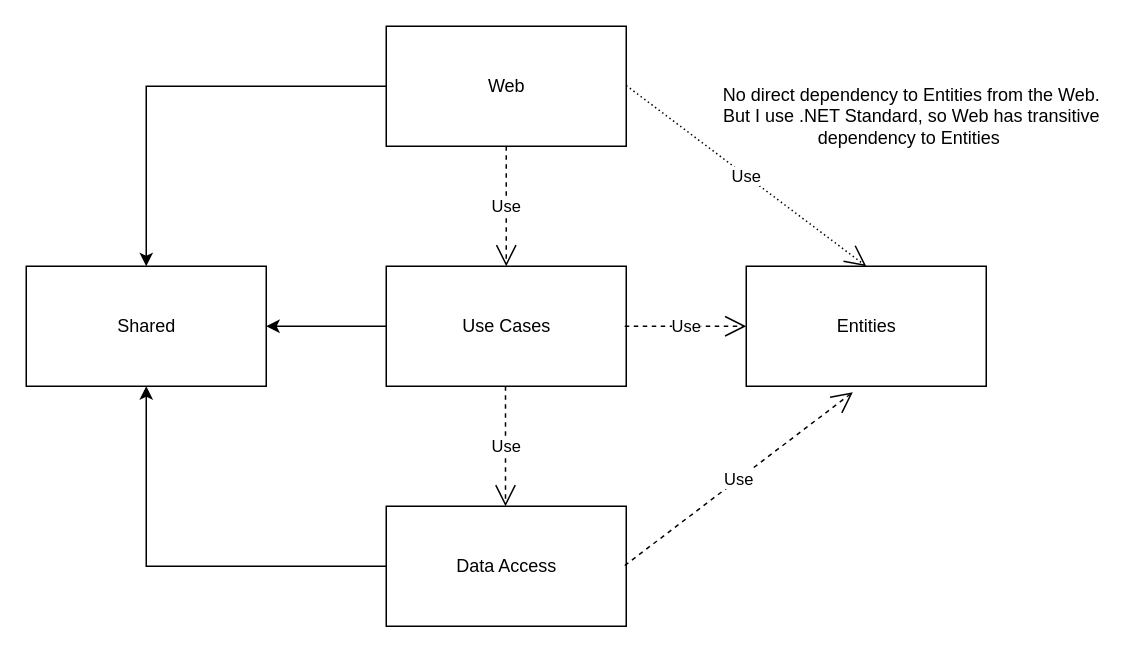
This is 2. dotnext2020-clean-architecture-layered-with-shared.drawio from andrewtsw/dotnext2020-clean-architecture, a draw.io file, before an edit. Source tidied: cells renumbered, new cells numbered last; positions are measured from the earlier drawing's top-left corner, leaving out a move shared by most shapes. Both pictures are drawn from the tidied source at 150%, with x=0, y=0 at pixel (26, 26).
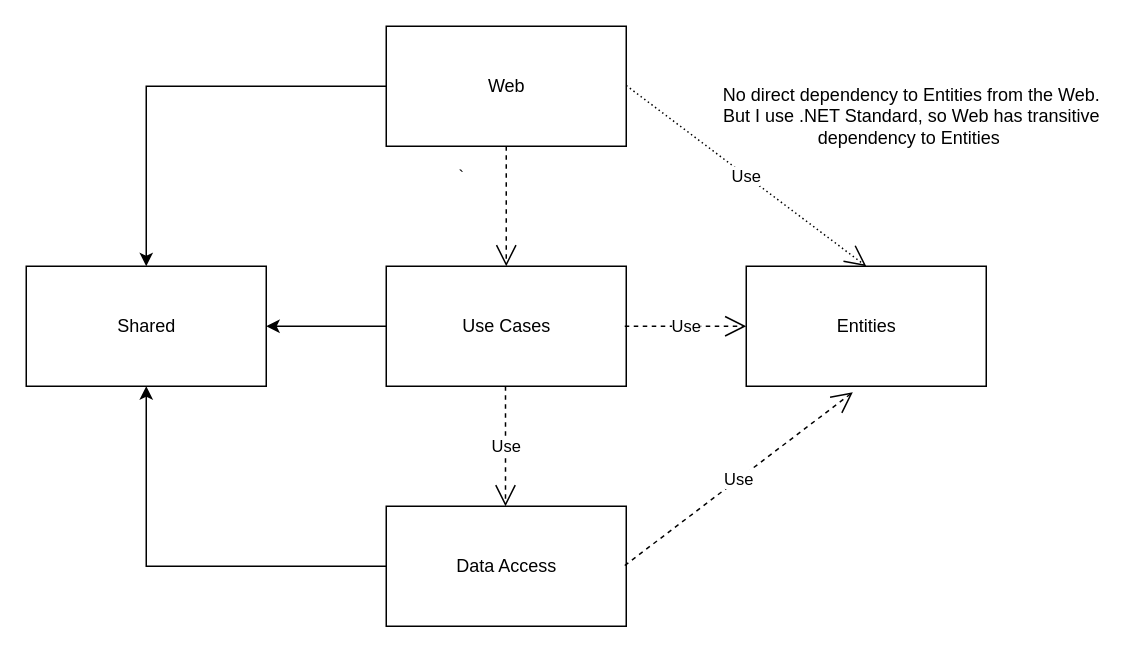
The same page after the edit.

Change to the diagram source:
```diff
@@
 <mxGraphModel>
   <root>
     <mxCell id="0" />
     <mxCell id="1" parent="0" />
     <mxCell id="2" style="edgeStyle=orthogonalEdgeStyle;rounded=0;jettySize=auto;html=1;exitX=0;exitY=0.5;exitDx=0;exitDy=0;entryX=0.5;entryY=0;entryDx=0;entryDy=0;" parent="1" edge="1" source="3" target="15">
       <mxGeometry relative="1" as="geometry" />
     </mxCell>
     <mxCell id="3" value="Web" style="html=1;" parent="1" vertex="1">
       <mxGeometry x="240" width="160" height="80" as="geometry" />
     </mxCell>
     <mxCell id="4" style="edgeStyle=orthogonalEdgeStyle;rounded=0;jettySize=auto;html=1;exitX=0;exitY=0.5;exitDx=0;exitDy=0;entryX=1;entryY=0.5;entryDx=0;entryDy=0;" parent="1" edge="1" source="5" target="15">
       <mxGeometry relative="1" as="geometry" />
     </mxCell>
     <mxCell id="5" value="Use Cases" style="html=1;" parent="1" vertex="1">
       <mxGeometry x="240" y="160" width="160" height="80" as="geometry" />
     </mxCell>
     <mxCell id="6" style="edgeStyle=orthogonalEdgeStyle;rounded=0;jettySize=auto;html=1;exitX=0;exitY=0.5;exitDx=0;exitDy=0;entryX=0.5;entryY=1;entryDx=0;entryDy=0;" parent="1" edge="1" source="7" target="15">
       <mxGeometry relative="1" as="geometry" />
     </mxCell>
     <mxCell id="7" value="Data Access" style="html=1;" parent="1" vertex="1">
       <mxGeometry x="240" y="320" width="160" height="80" as="geometry" />
     </mxCell>
     <mxCell id="8" value="Entities" style="html=1;" parent="1" vertex="1">
       <mxGeometry x="480" y="160" width="160" height="80" as="geometry" />
     </mxCell>
-    <mxCell id="9" value="Use" style="endArrow=open;endSize=12;dashed=1;html=1;exitX=0.5;exitY=1;exitDx=0;exitDy=0;entryX=0.5;entryY=0;entryDx=0;entryDy=0;" parent="1" edge="1" source="3" target="5">
-      <mxGeometry relative="1" as="geometry" />
+    <mxCell id="9" value="`" style="endArrow=open;endSize=12;dashed=1;html=1;exitX=0.5;exitY=1;exitDx=0;exitDy=0;entryX=0.5;entryY=0;entryDx=0;entryDy=0;" parent="1" edge="1" source="3" target="5">
+      <mxGeometry x="-0.5" y="-30" relative="1" as="geometry" />
     </mxCell>
     <mxCell id="10" value="Use" style="endArrow=open;endSize=12;dashed=1;html=1;exitX=0.5;exitY=1;exitDx=0;exitDy=0;entryX=0.5;entryY=0;entryDx=0;entryDy=0;" parent="1" edge="1">
       <mxGeometry relative="1" as="geometry">
         <mxPoint x="319.5" y="240" as="sourcePoint" />
         <mxPoint x="319.5" y="320" as="targetPoint" />
       </mxGeometry>
     </mxCell>
     <mxCell id="11" value="Use" style="endArrow=open;endSize=12;dashed=1;html=1;exitX=0.5;exitY=1;exitDx=0;exitDy=0;entryX=0;entryY=0.5;entryDx=0;entryDy=0;" parent="1" edge="1" target="8">
       <mxGeometry relative="1" as="geometry">
         <mxPoint x="399" y="200" as="sourcePoint" />
       </mxGeometry>
     </mxCell>
     <mxCell id="12" value="Use" style="endArrow=open;endSize=12;dashed=1;html=1;exitX=0.5;exitY=1;exitDx=0;exitDy=0;entryX=0.444;entryY=1.05;entryDx=0;entryDy=0;entryPerimeter=0;" parent="1" edge="1" target="8">
       <mxGeometry relative="1" as="geometry">
         <mxPoint x="399" y="359.5" as="sourcePoint" />
       </mxGeometry>
     </mxCell>
     <mxCell id="13" value="Use" style="endArrow=open;endSize=12;dashed=1;html=1;entryX=0.5;entryY=0;entryDx=0;entryDy=0;rounded=1;dashPattern=1 2;strokeWidth=1;jumpSize=12;" parent="1" edge="1" target="8">
       <mxGeometry relative="1" as="geometry">
         <mxPoint x="400" y="39.5" as="sourcePoint" />
       </mxGeometry>
     </mxCell>
     <mxCell id="14" value="No direct dependency to Entities from the Web.&lt;br&gt;But I use .NET Standard, so Web has transitive&lt;br&gt;dependency to Entities&amp;nbsp;&lt;br&gt;" style="text;html=1;align=center;verticalAlign=middle;" parent="1" vertex="1">
       <mxGeometry x="455" y="35" width="270" height="50" as="geometry" />
     </mxCell>
     <mxCell id="15" value="Shared" style="html=1;" parent="1" vertex="1">
       <mxGeometry y="160" width="160" height="80" as="geometry" />
     </mxCell>
   </root>
 </mxGraphModel>
```
